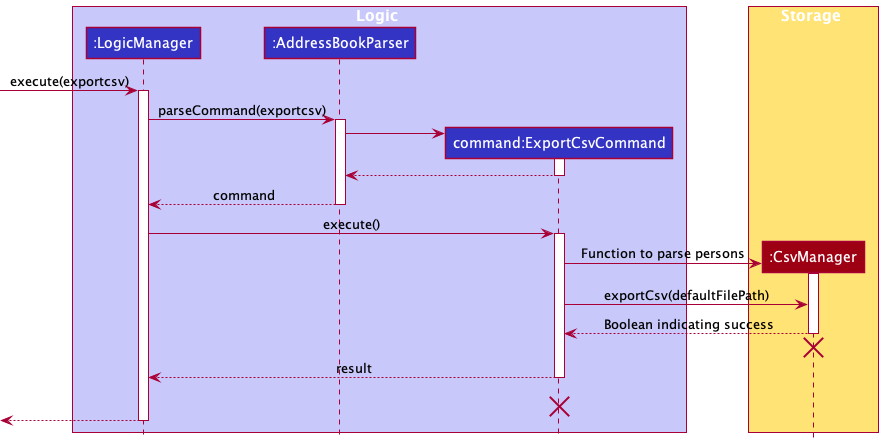
This is docs/images/ExportCsvSequenceDiagram.png from nus-cs2103-AY2122S2/tp, a PlantUML export, as it was before one commit. Its source is kept beside it as docs/diagrams/ExportCsvSequenceDiagram.puml.
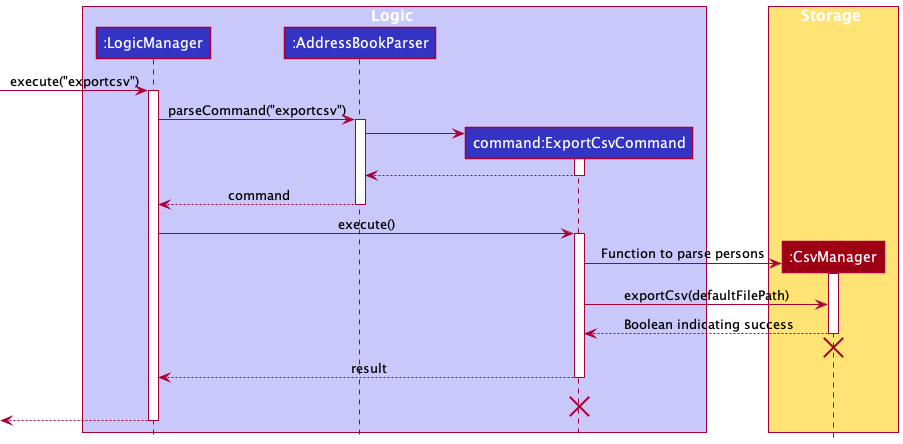
Above is the later version.

Commit message:
Fix phrasing and diagram nits

What changed in the source:
```diff
@@ -11,10 +11,10 @@
 participant ":CsvManager" as CsvManager MODEL_COLOR
 end box
 
-[-> LogicManager : execute(exportcsv)
+[-> LogicManager : execute("exportcsv")
 activate LogicManager
 
-LogicManager -> AddressBookParser : parseCommand(exportcsv)
+LogicManager -> AddressBookParser : parseCommand("exportcsv")
 activate AddressBookParser
 
 create ExportCsvCommand
```
